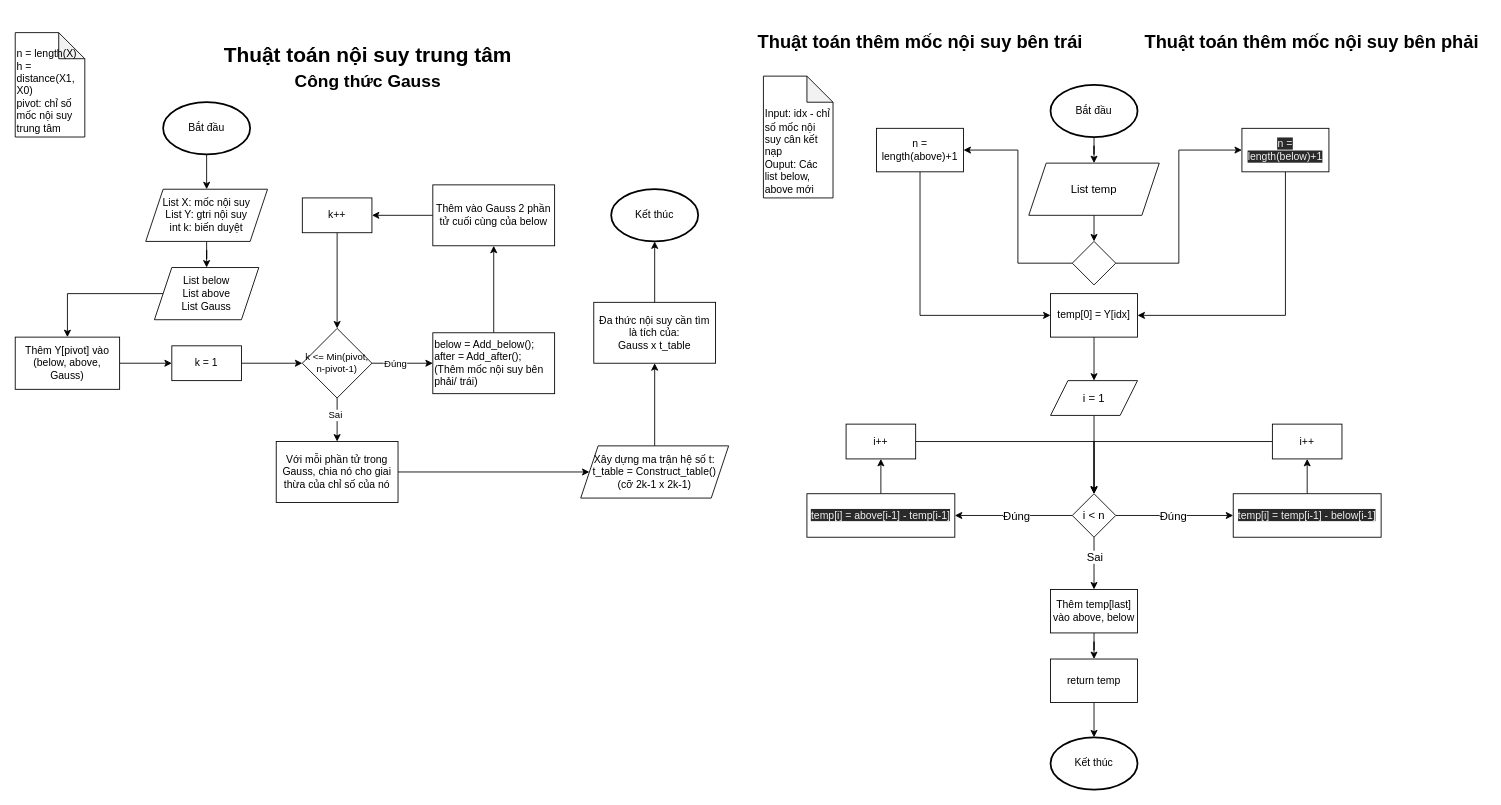
The draw.io diagram Week05/Algorithms/Gauss-Central-Interpolation.drawio in heiung2001/Numerical-Method, before the edit. Source tidied: cells renumbered, new cells numbered last; positions are measured from the earlier drawing's top-left corner, leaving out a move shared by most shapes. Both pictures are drawn from the tidied source at 87%, with x=0, y=0 at pixel (15, 15).
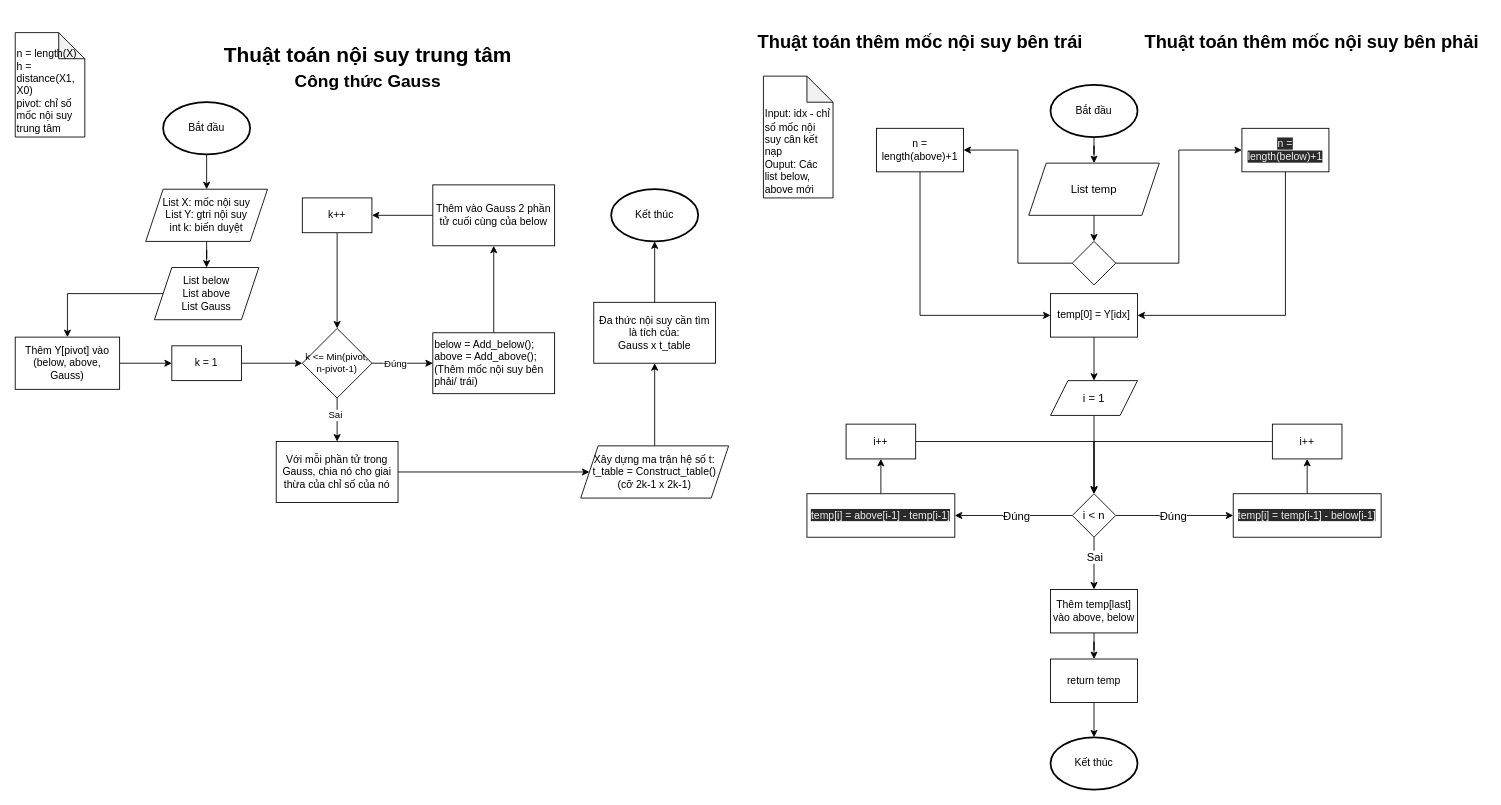
Above is the later version.

Diff of the diagram source:
```diff
@@
-    <mxCell id="18" value="below = Add_below();&lt;br&gt;after = Add_after();&lt;br&gt;(Thêm mốc nội suy bên phải/ trái)" style="rounded=0;whiteSpace=wrap;html=1;align=left;verticalAlign=top;" parent="1" vertex="1">
+    <mxCell id="18" value="below = Add_below();&lt;br&gt;above = Add_above();&lt;br&gt;(Thêm mốc nội suy bên phải/ trái)" style="rounded=0;whiteSpace=wrap;html=1;align=left;verticalAlign=top;" parent="1" vertex="1">
       <mxGeometry x="480" y="365" width="140" height="70" as="geometry" />
     </mxCell>
```
